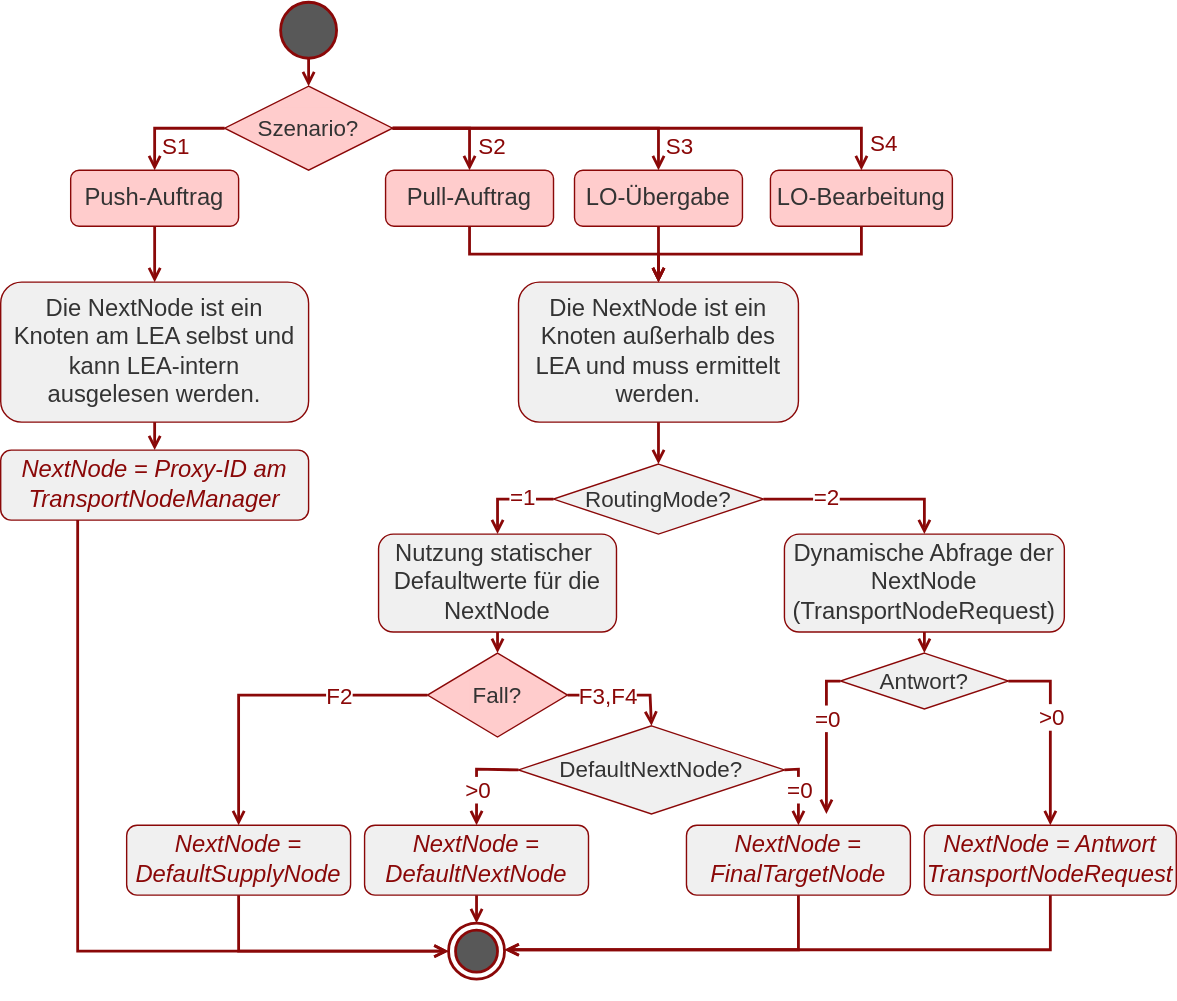
Earlier version of the draw.io export 05_Logistics_Area/images/NextNode.drawio.svg (Blumi102/MTP4Logistics). Source tidied: cells renumbered, new cells last; positions are measured from the earlier drawing's top-left corner, leaving out a move shared by most shapes.
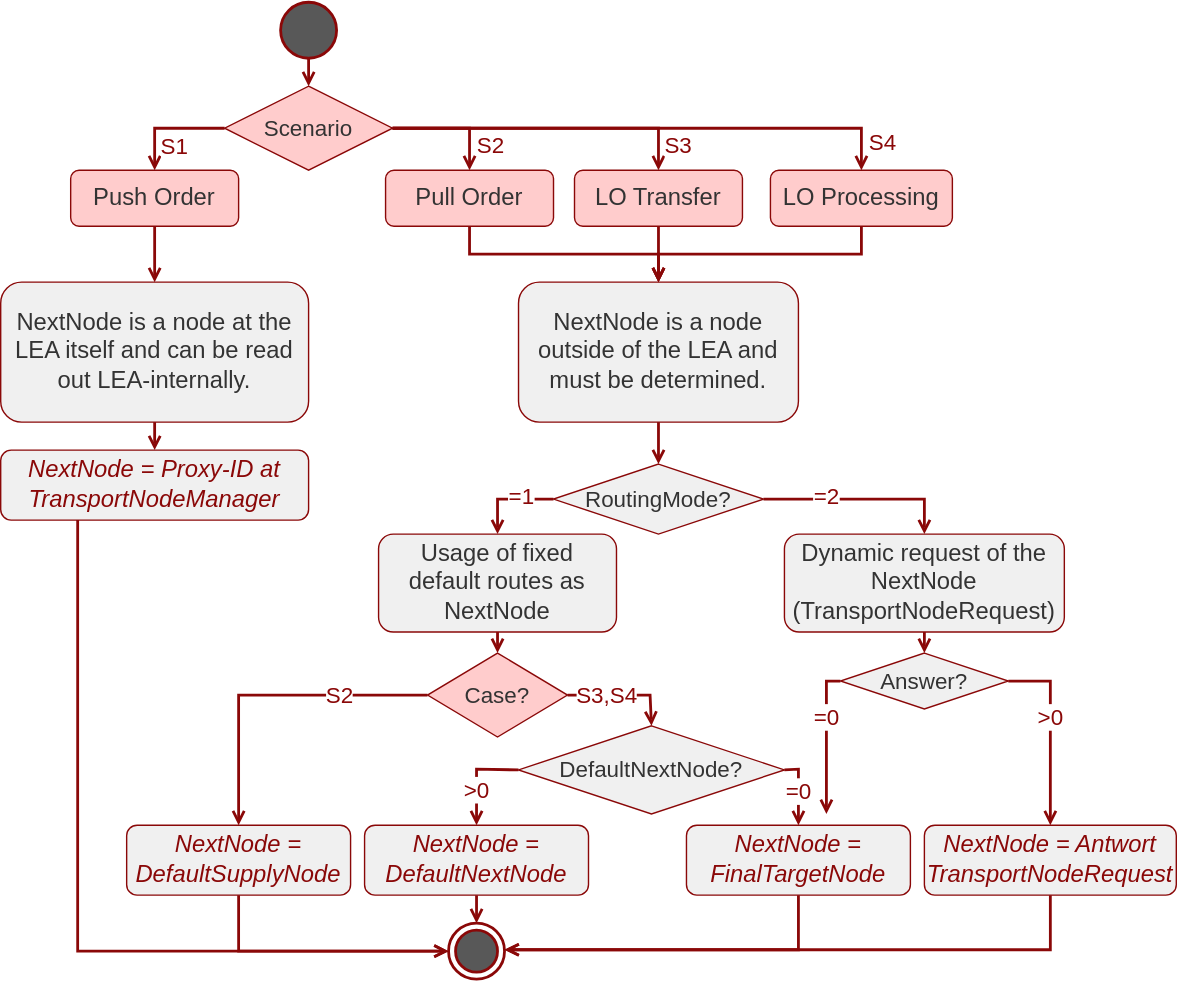
The same file after the commit.

Change to the diagram source:
```diff
@@ -17,13 +17,13 @@
     <mxCell id="6" style="verticalLabelPosition=bottom;verticalAlign=top;html=1;shape=mxgraph.flowchart.on-page_reference;fillColor=#585858;fontColor=#FFFFFF;strokeColor=#8A0808;strokeWidth=2;" parent="1" vertex="1">
       <mxGeometry x="200" width="40" height="40" as="geometry" />
     </mxCell>
-    <mxCell id="7" value="Szenario?" style="text;html=1;align=center;verticalAlign=middle;whiteSpace=wrap;rounded=0;fontSize=16;fontStyle=0;fillColor=#FFCCCC;fontColor=#333333;" parent="1" vertex="1">
-      <mxGeometry x="200" y="75" width="40" height="30" as="geometry" />
+    <mxCell id="7" value="Scenario" style="text;html=1;align=center;verticalAlign=middle;whiteSpace=wrap;rounded=0;fontSize=16;fontStyle=0;fillColor=none;fontColor=#333333;" parent="1" vertex="1">
+      <mxGeometry x="180" y="75" width="80" height="30" as="geometry" />
     </mxCell>
     <mxCell id="8" style="endArrow=open;html=1;exitX=0.5;exitY=1;exitDx=0;exitDy=0;exitPerimeter=0;entryX=0.5;entryY=0;entryDx=0;entryDy=0;fontStyle=0;fontColor=#FFFFFF;strokeColor=#8A0808;strokeWidth=2;endFill=0;" parent="1" edge="1" source="6" target="5">
       <mxGeometry relative="1" as="geometry" />
     </mxCell>
-    <mxCell id="9" value="Push-Auftrag" style="rounded=1;whiteSpace=wrap;html=1;fontSize=17;fontStyle=0;fillColor=#FFCCCC;fontColor=#333333;strokeColor=#8A0808;strokeWidth=1;" parent="1" vertex="1">
+    <mxCell id="9" value="Push Order" style="rounded=1;whiteSpace=wrap;html=1;fontSize=17;fontStyle=0;fillColor=#FFCCCC;fontColor=#333333;strokeColor=#8A0808;strokeWidth=1;" parent="1" vertex="1">
       <mxGeometry x="50" y="120" width="120" height="40" as="geometry" />
     </mxCell>
     <mxCell id="10" style="endArrow=open;html=1;entryX=0.5;entryY=0;entryDx=0;entryDy=0;rounded=0;curved=0;fontStyle=0;fontColor=#FFFFFF;strokeColor=#8A0808;strokeWidth=2;endFill=0;exitX=0;exitY=0.5;exitDx=0;exitDy=0;" parent="1" edge="1" source="5" target="9">
@@ -39,7 +39,7 @@
         <mxPoint x="11" y="8" as="offset" />
       </mxGeometry>
     </mxCell>
-    <mxCell id="12" value="Pull-Auftrag" style="rounded=1;whiteSpace=wrap;html=1;fontSize=17;fontStyle=0;fillColor=#FFCCCC;fontColor=#333333;strokeColor=#8A0808;strokeWidth=1;" parent="1" vertex="1">
+    <mxCell id="12" value="Pull Order" style="rounded=1;whiteSpace=wrap;html=1;fontSize=17;fontStyle=0;fillColor=#FFCCCC;fontColor=#333333;strokeColor=#8A0808;strokeWidth=1;" parent="1" vertex="1">
       <mxGeometry x="275" y="120" width="120" height="40" as="geometry" />
     </mxCell>
     <mxCell id="13" style="endArrow=open;html=1;entryX=0.5;entryY=0;entryDx=0;entryDy=0;rounded=0;curved=0;fontStyle=0;fontColor=#FFFFFF;strokeColor=#8A0808;strokeWidth=2;endFill=0;" parent="1" edge="1" target="12">
@@ -55,7 +55,7 @@
         <mxPoint x="26" y="10" as="offset" />
       </mxGeometry>
     </mxCell>
-    <mxCell id="15" value="LO-Übergabe" style="rounded=1;whiteSpace=wrap;html=1;fontSize=17;fontStyle=0;fillColor=#FFCCCC;fontColor=#333333;strokeColor=#8A0808;strokeWidth=1;" parent="1" vertex="1">
+    <mxCell id="15" value="LO Transfer" style="rounded=1;whiteSpace=wrap;html=1;fontSize=17;fontStyle=0;fillColor=#FFCCCC;fontColor=#333333;strokeColor=#8A0808;strokeWidth=1;" parent="1" vertex="1">
       <mxGeometry x="410" y="120" width="120" height="40" as="geometry" />
     </mxCell>
     <mxCell id="16" style="endArrow=open;html=1;entryX=0.5;entryY=0;entryDx=0;entryDy=0;rounded=0;curved=0;fontStyle=0;fontColor=#FFFFFF;strokeColor=#8A0808;strokeWidth=2;endFill=0;" parent="1" edge="1" target="15">
@@ -72,7 +72,7 @@
         <mxPoint x="91" y="10" as="offset" />
       </mxGeometry>
     </mxCell>
-    <mxCell id="18" value="LO-Bearbeitung" style="rounded=1;whiteSpace=wrap;html=1;fontSize=17;fontStyle=0;fillColor=#FFCCCC;fontColor=#333333;strokeColor=#8A0808;strokeWidth=1;" parent="1" vertex="1">
+    <mxCell id="18" value="LO Processing" style="rounded=1;whiteSpace=wrap;html=1;fontSize=17;fontStyle=0;fillColor=#FFCCCC;fontColor=#333333;strokeColor=#8A0808;strokeWidth=1;" parent="1" vertex="1">
       <mxGeometry x="550" y="120" width="130" height="40" as="geometry" />
     </mxCell>
     <mxCell id="19" style="endArrow=open;html=1;entryX=0.5;entryY=0;entryDx=0;entryDy=0;rounded=0;curved=0;fontStyle=0;fontColor=#FFFFFF;strokeColor=#8A0808;strokeWidth=2;endFill=0;exitX=1;exitY=0.5;exitDx=0;exitDy=0;" parent="1" edge="1" source="5" target="18">
@@ -87,13 +87,13 @@
         <mxPoint x="163" y="8" as="offset" />
       </mxGeometry>
     </mxCell>
-    <mxCell id="21" value="&lt;font style=&quot;&quot;&gt;Die NextNode ist ein Knoten am LEA selbst und kann LEA-intern ausgelesen werden.&lt;/font&gt;" style="rounded=1;whiteSpace=wrap;html=1;fontSize=17;fontStyle=0;fillColor=#F0F0F0;fontColor=#333333;strokeColor=#8A0808;strokeWidth=1;spacingLeft=3;spacingRight=3;" parent="1" vertex="1">
+    <mxCell id="21" value="&lt;font style=&quot;&quot;&gt;NextNode is a node at the LEA itself and can be read out LEA-internally.&lt;/font&gt;" style="rounded=1;whiteSpace=wrap;html=1;fontSize=17;fontStyle=0;fillColor=#F0F0F0;fontColor=#333333;strokeColor=#8A0808;strokeWidth=1;spacingLeft=3;spacingRight=3;" parent="1" vertex="1">
       <mxGeometry y="200" width="220" height="100" as="geometry" />
     </mxCell>
     <mxCell id="22" style="endArrow=open;html=1;exitX=0.5;exitY=1;exitDx=0;exitDy=0;entryX=0.5;entryY=0;entryDx=0;entryDy=0;fontStyle=0;fontColor=#FFFFFF;strokeWidth=2;strokeColor=#8A0808;endFill=0;" parent="1" edge="1" source="9" target="21">
       <mxGeometry relative="1" as="geometry" />
     </mxCell>
-    <mxCell id="23" value="Die NextNode ist ein Knoten außerhalb des LEA und muss ermittelt werden." style="rounded=1;whiteSpace=wrap;html=1;fontSize=17;fontStyle=0;fillColor=#F0F0F0;fontColor=#333333;strokeColor=#8A0808;strokeWidth=1;" parent="1" vertex="1">
+    <mxCell id="23" value="NextNode is a node outside of the LEA and must be determined." style="rounded=1;whiteSpace=wrap;html=1;fontSize=17;fontStyle=0;fillColor=#F0F0F0;fontColor=#333333;strokeColor=#8A0808;strokeWidth=1;" parent="1" vertex="1">
       <mxGeometry x="370" y="200" width="200" height="100" as="geometry" />
     </mxCell>
     <mxCell id="24" style="endArrow=open;html=1;exitX=0.5;exitY=1;exitDx=0;exitDy=0;entryX=0.5;entryY=0;entryDx=0;entryDy=0;rounded=0;curved=0;fontStyle=0;fontColor=#FFFFFF;strokeWidth=2;strokeColor=#8A0808;endFill=0;" parent="1" edge="1" source="12" target="23">
@@ -121,10 +121,10 @@
     <mxCell id="28" style="endArrow=open;html=1;exitX=0.5;exitY=1;exitDx=0;exitDy=0;entryX=0.5;entryY=0;entryDx=0;entryDy=0;fontStyle=0;fontColor=#FFFFFF;strokeWidth=2;strokeColor=#8A0808;endFill=0;" parent="1" edge="1" source="23" target="4">
       <mxGeometry relative="1" as="geometry" />
     </mxCell>
-    <mxCell id="29" value="Nutzung statischer&amp;nbsp;&lt;div&gt;&lt;font style=&quot;&quot;&gt;Defaultwerte für die NextNode&lt;/font&gt;&lt;/div&gt;" style="rounded=1;whiteSpace=wrap;html=1;fontSize=17;fontStyle=0;fillColor=#F0F0F0;fontColor=#333333;strokeColor=#8A0808;strokeWidth=1;spacingLeft=2;spacingRight=2;" parent="1" vertex="1">
+    <mxCell id="29" value="&lt;div&gt;&lt;font style=&quot;&quot;&gt;&lt;font color=&quot;#333333&quot;&gt;Usage of fixed default routes as&amp;nbsp;&lt;/font&gt;NextNode&lt;/font&gt;&lt;/div&gt;" style="rounded=1;whiteSpace=wrap;html=1;fontSize=17;fontStyle=0;fillColor=#F0F0F0;fontColor=#333333;strokeColor=#8A0808;strokeWidth=1;spacingLeft=2;spacingRight=2;" parent="1" vertex="1">
       <mxGeometry x="270" y="380" width="170" height="70" as="geometry" />
     </mxCell>
-    <mxCell id="30" value="Dynamische Abfrage der NextNode (TransportNodeRequest)" style="rounded=1;whiteSpace=wrap;html=1;fontSize=17;fontStyle=0;fillColor=#F0F0F0;fontColor=#333333;strokeColor=#8A0808;strokeWidth=1;spacingLeft=2;spacingRight=2;" parent="1" vertex="1">
+    <mxCell id="30" value="Dynamic request of the NextNode (TransportNodeRequest)" style="rounded=1;whiteSpace=wrap;html=1;fontSize=17;fontStyle=0;fillColor=#F0F0F0;fontColor=#333333;strokeColor=#8A0808;strokeWidth=1;spacingLeft=2;spacingRight=2;" parent="1" vertex="1">
       <mxGeometry x="560" y="380" width="200" height="70" as="geometry" />
     </mxCell>
     <mxCell id="31" style="endArrow=open;html=1;exitX=0;exitY=0.5;exitDx=0;exitDy=0;entryX=0.5;entryY=0;entryDx=0;entryDy=0;rounded=0;curved=0;fontStyle=0;fontColor=#FFFFFF;strokeWidth=2;strokeColor=#8A0808;endFill=0;" parent="1" edge="1" source="4" target="29">
@@ -173,7 +173,7 @@
         </Array>
       </mxGeometry>
     </mxCell>
-    <mxCell id="41" value="F2" style="edgeLabel;html=1;align=center;verticalAlign=middle;fontSize=16;fontStyle=0;fontColor=#8A0808;" parent="40" vertex="1">
+    <mxCell id="41" value="S2" style="edgeLabel;html=1;align=center;verticalAlign=middle;fontSize=16;fontStyle=0;fontColor=#8A0808;" parent="40" vertex="1">
       <mxGeometry x="-0.11" y="-2" relative="1" as="geometry">
         <mxPoint x="37" y="2" as="offset" />
       </mxGeometry>
@@ -203,7 +203,7 @@
         </Array>
       </mxGeometry>
     </mxCell>
-    <mxCell id="47" value="F3,F4" style="edgeLabel;html=1;align=center;verticalAlign=middle;fontSize=16;fontStyle=0;fontColor=#8A0808;" parent="46" vertex="1">
+    <mxCell id="47" value="S3,S4" style="edgeLabel;html=1;align=center;verticalAlign=middle;fontSize=16;fontStyle=0;fontColor=#8A0808;" parent="46" vertex="1">
       <mxGeometry x="-0.11" y="-2" relative="1" as="geometry">
         <mxPoint x="-8" y="-2" as="offset" />
       </mxGeometry>
@@ -228,7 +228,7 @@
         <mxPoint x="660" y="465" as="targetPoint" />
       </mxGeometry>
     </mxCell>
-    <mxCell id="52" value="Antwort?" style="text;html=1;align=center;verticalAlign=middle;whiteSpace=wrap;rounded=0;fontSize=16;fontStyle=0;fillColor=none;fontColor=#333333;" parent="1" vertex="1">
+    <mxCell id="52" value="Answer?" style="text;html=1;align=center;verticalAlign=middle;whiteSpace=wrap;rounded=0;fontSize=16;fontStyle=0;fillColor=none;fontColor=#333333;" parent="1" vertex="1">
       <mxGeometry x="620" y="470" width="80" height="30" as="geometry" />
     </mxCell>
     <mxCell id="53" style="endArrow=open;html=1;exitX=0;exitY=0.5;exitDx=0;exitDy=0;rounded=0;curved=0;fontStyle=0;fontColor=#FFFFFF;strokeWidth=2;strokeColor=#8A0808;endFill=0;" parent="1" edge="1" source="2">
@@ -259,7 +259,7 @@
         <mxPoint x="2" y="-4" as="offset" />
       </mxGeometry>
     </mxCell>
-    <mxCell id="58" value="&lt;i&gt;&lt;font style=&quot;color: rgb(138, 8, 8);&quot;&gt;NextNode = Proxy-ID am TransportNodeManager&lt;/font&gt;&lt;/i&gt;" style="rounded=1;whiteSpace=wrap;html=1;fontSize=17;fontStyle=0;fillColor=#F0F0F0;fontColor=#333333;strokeColor=#8A0808;strokeWidth=1;" parent="1" vertex="1">
+    <mxCell id="58" value="&lt;i&gt;&lt;font style=&quot;color: rgb(138, 8, 8);&quot;&gt;NextNode = Proxy-ID at TransportNodeManager&lt;/font&gt;&lt;/i&gt;" style="rounded=1;whiteSpace=wrap;html=1;fontSize=17;fontStyle=0;fillColor=#F0F0F0;fontColor=#333333;strokeColor=#8A0808;strokeWidth=1;" parent="1" vertex="1">
       <mxGeometry y="320" width="220" height="50" as="geometry" />
     </mxCell>
     <mxCell id="59" style="endArrow=open;html=1;exitX=0.5;exitY=1;exitDx=0;exitDy=0;entryX=0.5;entryY=0;entryDx=0;entryDy=0;fontStyle=0;fontColor=#FFFFFF;strokeWidth=2;strokeColor=#8A0808;endFill=0;" parent="1" edge="1" source="21" target="58">
@@ -298,7 +298,7 @@
     <mxCell id="64" style="rhombus;whiteSpace=wrap;html=1;fillColor=#FFCCCC;strokeColor=#8A0808;" parent="1" vertex="1">
       <mxGeometry x="305" y="465" width="100" height="60" as="geometry" />
     </mxCell>
-    <mxCell id="65" value="Fall?" style="text;html=1;align=center;verticalAlign=middle;whiteSpace=wrap;rounded=0;fontSize=16;fontStyle=0;fillColor=#FFCCCC;fontColor=#333333;" parent="1" vertex="1">
+    <mxCell id="65" value="Case?" style="text;html=1;align=center;verticalAlign=middle;whiteSpace=wrap;rounded=0;fontSize=16;fontStyle=0;fillColor=#FFCCCC;fontColor=#333333;" parent="1" vertex="1">
       <mxGeometry x="335" y="480" width="40" height="30" as="geometry" />
     </mxCell>
   </root>
```
